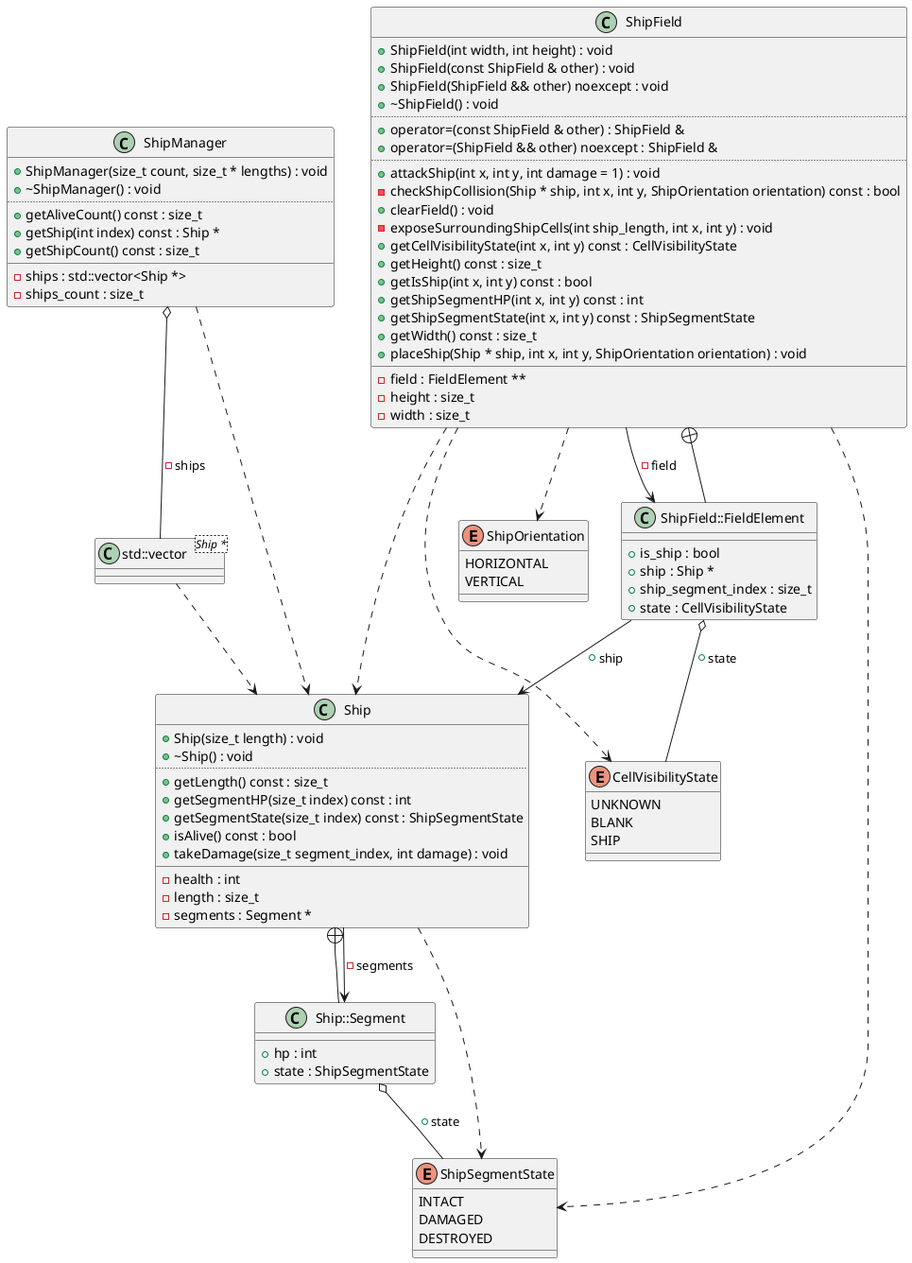
Earlier version of the PlantUML export diagrams/lb1.png (Rennelv/ships).
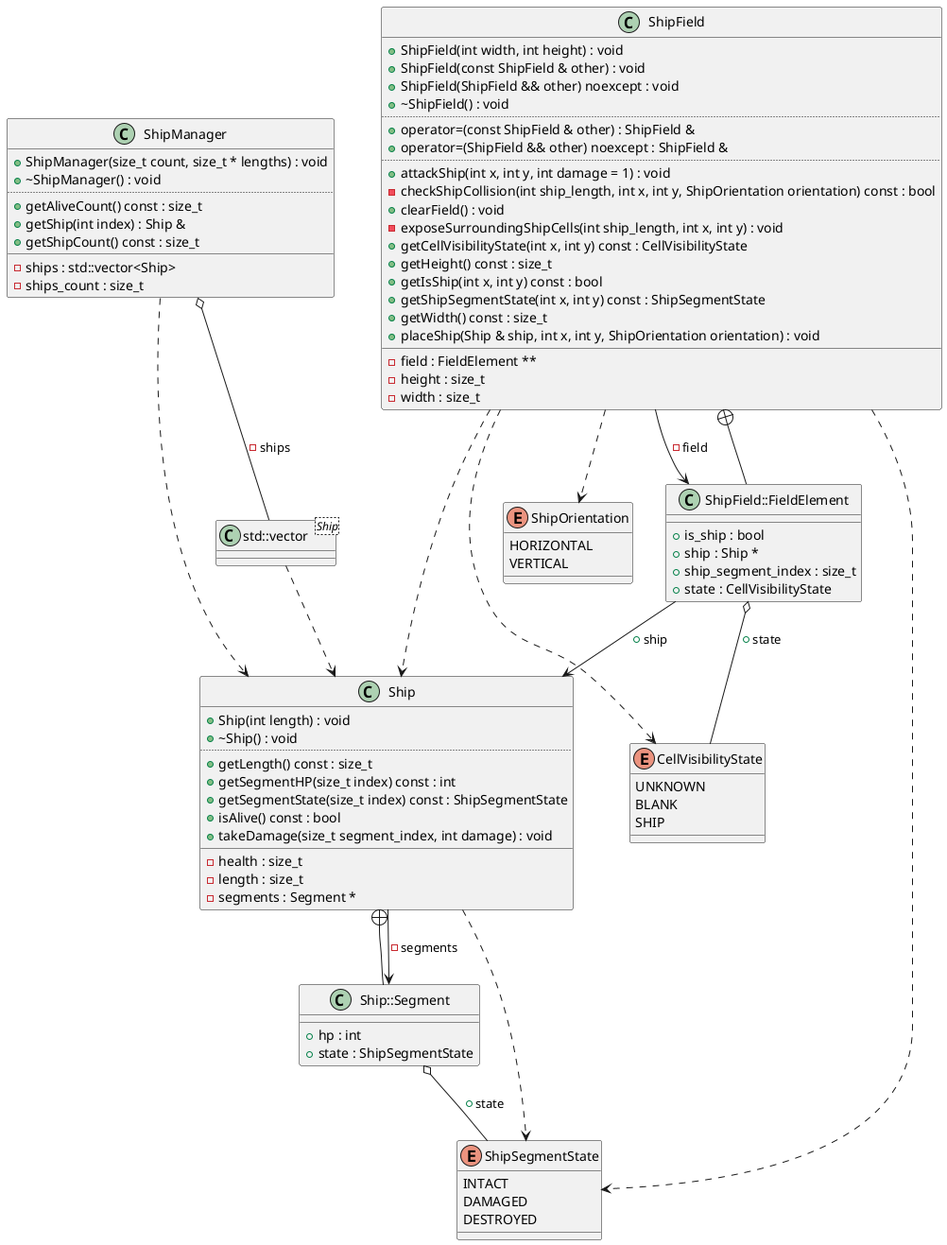
The same file after the commit.

The edit, as a diff of the source:
```diff
@@ -1,6 +1,6 @@
 @startuml
-class "std::vector<Ship *>" as C_0007462257846685508834
-class C_0007462257846685508834 {
+class "std::vector<Ship>" as C_0010668212532447068380
+class C_0010668212532447068380 {
 __
 }
 enum "ShipSegmentState" as C_0014256742677139282670
@@ -22,7 +22,7 @@
 }
 class "Ship" as C_0014529657433315016423
 class C_0014529657433315016423 {
-+Ship(size_t length) : void
++Ship(int length) : void
 +~Ship() : void
 ..
 +getLength() const : size_t
@@ -31,7 +31,7 @@
 +isAlive() const : bool
 +takeDamage(size_t segment_index, int damage) : void
 __
--health : int
+-health : size_t
 -length : size_t
 -segments : Segment *
 }
@@ -40,6 +40,18 @@
 __
 +hp : int
 +state : ShipSegmentState
+}
+class "ShipManager" as C_0017499122254539489506
+class C_0017499122254539489506 {
++ShipManager(size_t count, size_t * lengths) : void
++~ShipManager() : void
+..
++getAliveCount() const : size_t
++getShip(int index) : Ship &
++getShipCount() const : size_t
+__
+-ships : std::vector<Ship>
+-ships_count : size_t
 }
 class "ShipField" as C_0003843296779074973901
 class C_0003843296779074973901 {
@@ -52,16 +64,15 @@
 +operator=(ShipField && other) noexcept : ShipField &
 ..
 +attackShip(int x, int y, int damage = 1) : void
--checkShipCollision(Ship * ship, int x, int y, ShipOrientation orientation) const : bool
+-checkShipCollision(int ship_length, int x, int y, ShipOrientation orientation) const : bool
 +clearField() : void
 -exposeSurroundingShipCells(int ship_length, int x, int y) : void
 +getCellVisibilityState(int x, int y) const : CellVisibilityState
 +getHeight() const : size_t
 +getIsShip(int x, int y) const : bool
-+getShipSegmentHP(int x, int y) const : int
 +getShipSegmentState(int x, int y) const : ShipSegmentState
 +getWidth() const : size_t
-+placeShip(Ship * ship, int x, int y, ShipOrientation orientation) : void
++placeShip(Ship & ship, int x, int y, ShipOrientation orientation) : void
 __
 -field : FieldElement **
 -height : size_t
@@ -75,32 +86,20 @@
 +ship_segment_index : size_t
 +state : CellVisibilityState
 }
-class "ShipManager" as C_0017499122254539489506
-class C_0017499122254539489506 {
-+ShipManager(size_t count, size_t * lengths) : void
-+~ShipManager() : void
-..
-+getAliveCount() const : size_t
-+getShip(int index) const : Ship *
-+getShipCount() const : size_t
-__
--ships : std::vector<Ship *>
--ships_count : size_t
-}
-C_0007462257846685508834 ..> C_0014529657433315016423
+C_0010668212532447068380 ..> C_0014529657433315016423
 C_0014529657433315016423 ..> C_0014256742677139282670
 C_0014529657433315016423 --> C_0000674658759292391449 : -segments
 C_0000674658759292391449 --+ C_0014529657433315016423
 C_0000674658759292391449 o-- C_0014256742677139282670 : +state
-C_0003843296779074973901 ..> C_0014529657433315016423
+C_0017499122254539489506 ..> C_0014529657433315016423
+C_0017499122254539489506 o-- C_0010668212532447068380 : -ships
 C_0003843296779074973901 ..> C_0002579181642537833876
 C_0003843296779074973901 ..> C_0003333043679234439357
 C_0003843296779074973901 ..> C_0014256742677139282670
+C_0003843296779074973901 ..> C_0014529657433315016423
 C_0003843296779074973901 --> C_0000316359785794417378 : -field
 C_0000316359785794417378 --+ C_0003843296779074973901
 C_0000316359785794417378 o-- C_0003333043679234439357 : +state
 C_0000316359785794417378 --> C_0014529657433315016423 : +ship
-C_0017499122254539489506 ..> C_0014529657433315016423
-C_0017499122254539489506 o-- C_0007462257846685508834 : -ships
 
 @enduml
```
